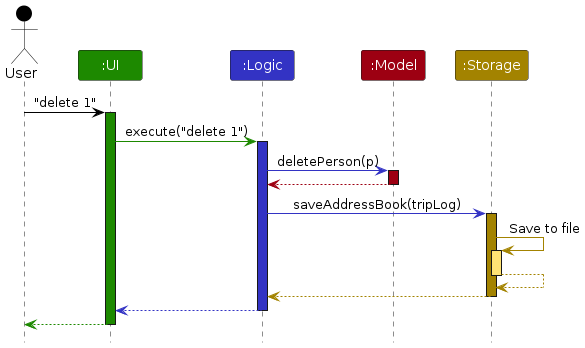
Before: diagrams/ArchitectureSequenceDiagram.png, a diagram exported from PlantUML (AY2526S2-CS2103-F13-2/tp). Its source is kept beside it as diagrams/ArchitectureSequenceDiagram.puml.
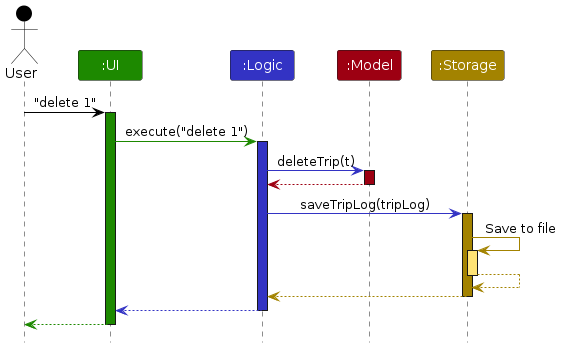
Later version of the same file.

The edit, as a diff of the source:
```diff
@@ -14,13 +14,13 @@
 ui -[UI_COLOR]> logic : execute("delete 1")
 activate logic LOGIC_COLOR
 
-logic -[LOGIC_COLOR]> model : deletePerson(p)
+logic -[LOGIC_COLOR]> model : deleteTrip(t)
 activate model MODEL_COLOR
 
 model -[MODEL_COLOR]-> logic
 deactivate model
 
-logic -[LOGIC_COLOR]> storage : saveAddressBook(tripLog)
+logic -[LOGIC_COLOR]> storage : saveTripLog(tripLog)
 activate storage STORAGE_COLOR
 
 storage -[STORAGE_COLOR]> storage : Save to file
```
